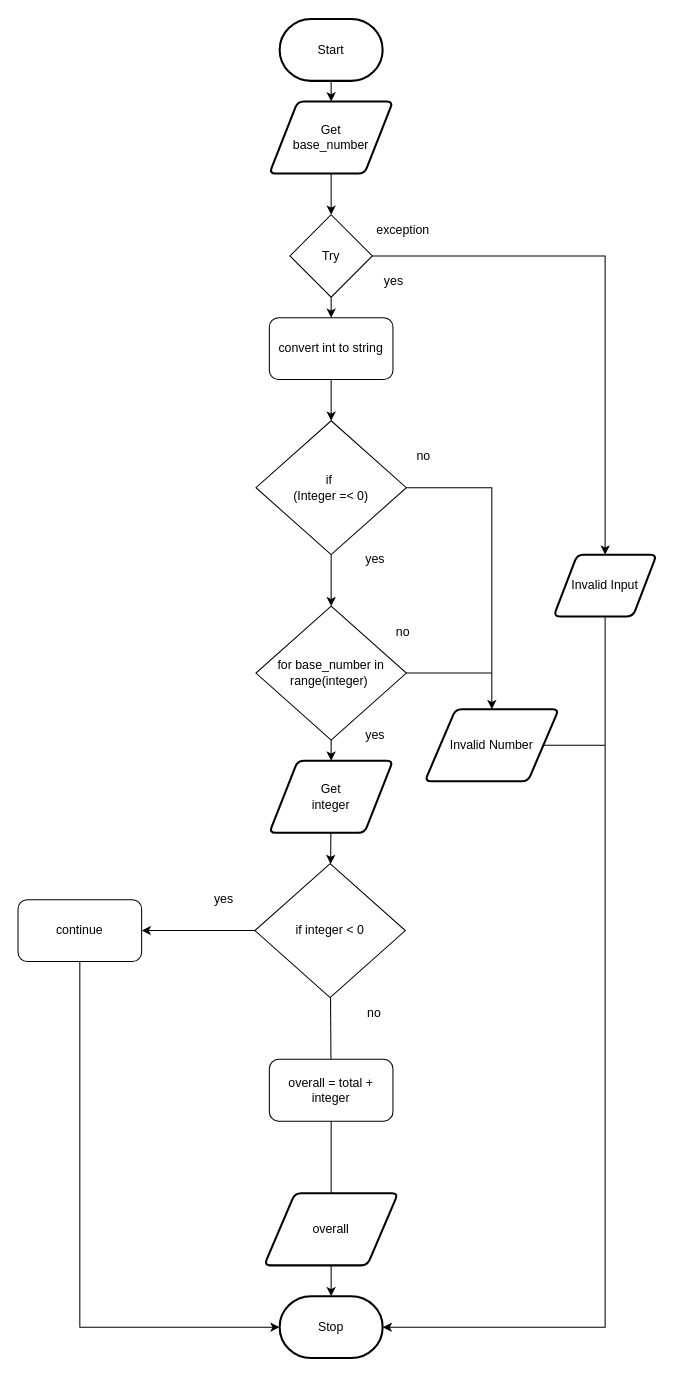
This is Drawio/FlowChart.Drawio from JacksonNaufal/ICS3U-Assignment-5-Python, a draw.io file, before an edit. Source tidied: cells renumbered, new cells numbered last; positions are measured from the earlier drawing's top-left corner, leaving out a move shared by most shapes. Both pictures are drawn from the tidied source at 103%, with x=0, y=0 at pixel (18, 19).
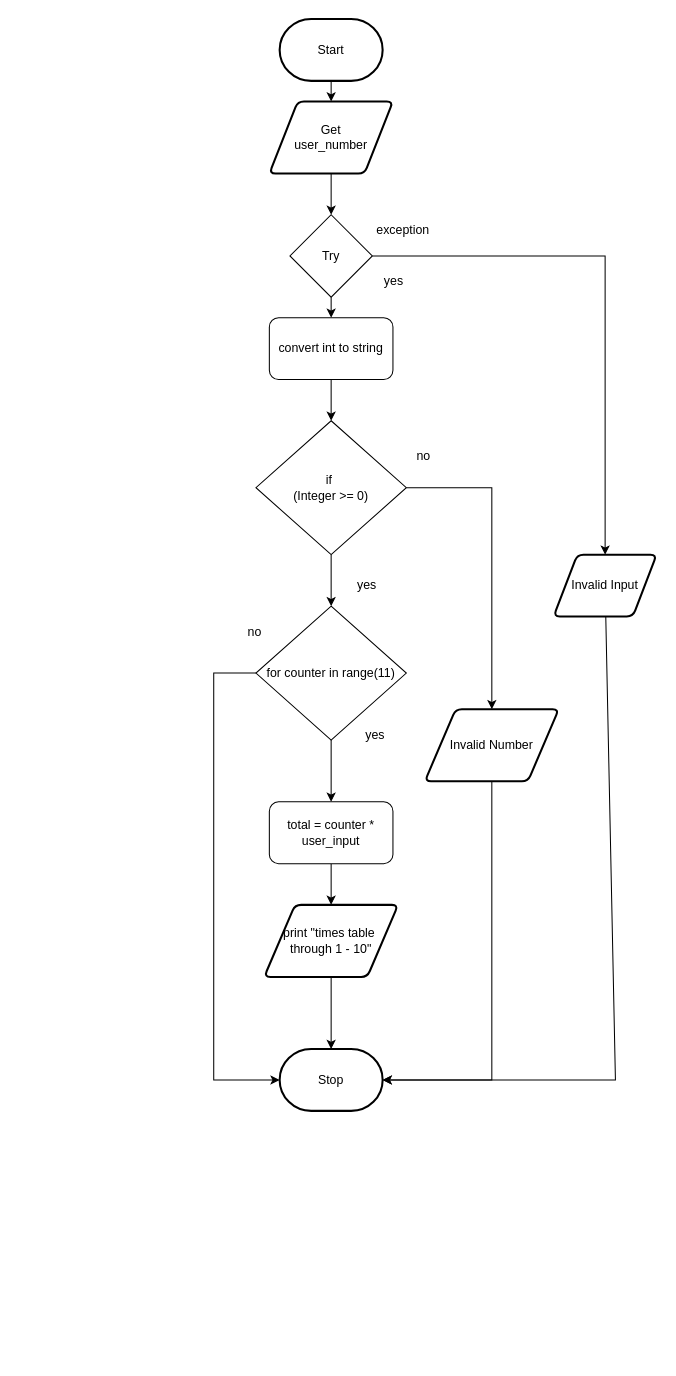
After the change.

The change refers to these unchanged cells:
```xml
<mxCell id="8" value="Invalid Input" style="shape=parallelogram;html=1;strokeWidth=2;perimeter=parallelogramPerimeter;whiteSpace=wrap;rounded=1;arcSize=12;size=0.23;" parent="1" vertex="1">
  <mxGeometry x="520" y="520" width="100" height="60" as="geometry" />
</mxCell>
<mxCell id="16" value="&lt;font style=&quot;font-size: 12px&quot;&gt;Invalid Number&lt;/font&gt;" style="shape=parallelogram;html=1;strokeWidth=2;perimeter=parallelogramPerimeter;whiteSpace=wrap;rounded=1;arcSize=12;size=0.23;" parent="1" vertex="1">
  <mxGeometry x="395" y="670" width="130" height="70" as="geometry" />
</mxCell>
```

Change to the diagram source:
```diff
@@
     <mxCell id="3" value="Stop" style="strokeWidth=2;html=1;shape=mxgraph.flowchart.terminator;whiteSpace=wrap;rounded=1;" parent="1" vertex="1">
-      <mxGeometry x="254" y="1240" width="100" height="60" as="geometry" />
+      <mxGeometry x="254" y="1000" width="100" height="60" as="geometry" />
     </mxCell>
@@
     <mxCell id="7" style="edgeStyle=none;rounded=0;html=1;entryX=1;entryY=0.5;entryDx=0;entryDy=0;entryPerimeter=0;" parent="1" edge="1" source="8" target="3">
       <mxGeometry relative="1" as="geometry">
         <Array as="points">
-          <mxPoint x="570" y="1270" />
+          <mxPoint x="580" y="1030" />
         </Array>
       </mxGeometry>
     </mxCell>
@@
-    <mxCell id="12" value="if&amp;nbsp;&lt;br&gt;(Integer =&amp;lt; 0)" style="rhombus;whiteSpace=wrap;html=1;" parent="1" vertex="1">
+    <mxCell id="12" value="if&amp;nbsp;&lt;br&gt;(Integer &amp;gt;= 0)" style="rhombus;whiteSpace=wrap;html=1;" parent="1" vertex="1">
       <mxGeometry x="231" y="390" width="146" height="130" as="geometry" />
     </mxCell>
@@
-    <mxCell id="15" style="edgeStyle=none;rounded=0;html=1;endArrow=none;endFill=0;" parent="1" edge="1" source="16">
-      <mxGeometry relative="1" as="geometry">
-        <mxPoint x="570" y="705" as="targetPoint" />
-      </mxGeometry>
-    </mxCell>
+    <mxCell id="41" style="edgeStyle=none;html=1;entryX=1;entryY=0.5;entryDx=0;entryDy=0;entryPerimeter=0;rounded=0;" parent="1" edge="1" source="16" target="3">
+      <mxGeometry relative="1" as="geometry">
+        <Array as="points">
+          <mxPoint x="460" y="1030" />
+        </Array>
+      </mxGeometry>
+    </mxCell>
@@
     <mxCell id="19" value="&lt;font style=&quot;font-size: 12px&quot;&gt;yes&lt;/font&gt;" style="text;html=1;strokeColor=none;fillColor=none;align=center;verticalAlign=middle;whiteSpace=wrap;rounded=0;fontSize=8;" parent="1" vertex="1">
-      <mxGeometry x="317" y="510" width="60" height="30" as="geometry" />
+      <mxGeometry x="309" y="535" width="60" height="30" as="geometry" />
     </mxCell>
@@
-    <mxCell id="21" value="Get&lt;br&gt;base_number" style="shape=parallelogram;html=1;strokeWidth=2;perimeter=parallelogramPerimeter;whiteSpace=wrap;rounded=1;arcSize=12;size=0.23;" parent="1" vertex="1">
+    <mxCell id="21" value="Get&lt;br&gt;user_number" style="shape=parallelogram;html=1;strokeWidth=2;perimeter=parallelogramPerimeter;whiteSpace=wrap;rounded=1;arcSize=12;size=0.23;" parent="1" vertex="1">
       <mxGeometry x="244" y="80" width="120" height="70" as="geometry" />
     </mxCell>
@@
-    <mxCell id="23" style="edgeStyle=none;rounded=0;html=1;entryX=0;entryY=0.5;entryDx=0;entryDy=0;entryPerimeter=0;fontSize=12;endArrow=classic;endFill=1;exitX=0.5;exitY=1;exitDx=0;exitDy=0;" parent="1" edge="1" source="24" target="3">
-      <mxGeometry relative="1" as="geometry">
-        <Array as="points">
-          <mxPoint x="60" y="1010" />
-          <mxPoint x="60" y="1270" />
-        </Array>
-      </mxGeometry>
-    </mxCell>
-    <mxCell id="24" value="continue" style="rounded=1;whiteSpace=wrap;html=1;" parent="1" vertex="1">
-      <mxGeometry y="855" width="120" height="60" as="geometry" />
-    </mxCell>
-    <mxCell id="25" style="edgeStyle=none;rounded=0;html=1;" parent="1" edge="1" source="27" target="29">
-      <mxGeometry relative="1" as="geometry" />
-    </mxCell>
-    <mxCell id="26" style="edgeStyle=none;rounded=0;html=1;endArrow=none;endFill=0;" parent="1" edge="1" source="27">
-      <mxGeometry relative="1" as="geometry">
-        <mxPoint x="460" y="635" as="targetPoint" />
-      </mxGeometry>
-    </mxCell>
+    <mxCell id="42" style="edgeStyle=none;html=1;" parent="1" edge="1" source="27" target="45">
+      <mxGeometry relative="1" as="geometry" />
+    </mxCell>
+    <mxCell id="43" style="edgeStyle=none;rounded=0;html=1;entryX=0;entryY=0.5;entryDx=0;entryDy=0;entryPerimeter=0;" parent="1" edge="1" source="27" target="3">
+      <mxGeometry relative="1" as="geometry">
+        <Array as="points">
+          <mxPoint x="190" y="635" />
+          <mxPoint x="190" y="1030" />
+        </Array>
+      </mxGeometry>
+    </mxCell>
-    <mxCell id="27" value="for base_number in&lt;br&gt;range(integer)&amp;nbsp;" style="rhombus;whiteSpace=wrap;html=1;" parent="1" vertex="1">
+    <mxCell id="27" value="&lt;br&gt;for counter in range(11)&lt;br&gt;&amp;nbsp;" style="rhombus;whiteSpace=wrap;html=1;" parent="1" vertex="1">
       <mxGeometry x="231" y="570" width="146" height="130" as="geometry" />
     </mxCell>
-    <mxCell id="28" style="edgeStyle=none;rounded=0;html=1;" parent="1" edge="1" source="29" target="32">
-      <mxGeometry relative="1" as="geometry" />
-    </mxCell>
-    <mxCell id="29" value="Get&lt;br&gt;integer" style="shape=parallelogram;html=1;strokeWidth=2;perimeter=parallelogramPerimeter;whiteSpace=wrap;rounded=1;arcSize=12;size=0.23;" parent="1" vertex="1">
-      <mxGeometry x="244" y="720" width="120" height="70" as="geometry" />
-    </mxCell>
-    <mxCell id="30" style="edgeStyle=none;rounded=0;html=1;" parent="1" edge="1" source="32" target="24">
-      <mxGeometry relative="1" as="geometry" />
-    </mxCell>
-    <mxCell id="31" style="edgeStyle=none;rounded=0;html=1;endArrow=none;endFill=0;" parent="1" edge="1" source="32" target="40">
-      <mxGeometry relative="1" as="geometry" />
-    </mxCell>
-    <mxCell id="32" value="if integer &amp;lt; 0" style="rhombus;whiteSpace=wrap;html=1;" parent="1" vertex="1">
-      <mxGeometry x="230" y="820" width="146" height="130" as="geometry" />
-    </mxCell>
-    <mxCell id="33" style="edgeStyle=none;rounded=0;html=1;" parent="1" edge="1" source="34" target="3">
-      <mxGeometry relative="1" as="geometry" />
-    </mxCell>
-    <mxCell id="34" value="overall" style="shape=parallelogram;html=1;strokeWidth=2;perimeter=parallelogramPerimeter;whiteSpace=wrap;rounded=1;arcSize=12;size=0.23;" parent="1" vertex="1">
-      <mxGeometry x="239" y="1140" width="130" height="70" as="geometry" />
-    </mxCell>
@@
     <mxCell id="36" value="&lt;font style=&quot;font-size: 12px&quot;&gt;no&lt;/font&gt;" style="text;html=1;strokeColor=none;fillColor=none;align=center;verticalAlign=middle;whiteSpace=wrap;rounded=0;fontSize=8;" parent="1" vertex="1">
-      <mxGeometry x="344" y="580" width="60" height="30" as="geometry" />
+      <mxGeometry x="200" y="580" width="60" height="30" as="geometry" />
     </mxCell>
-    <mxCell id="37" value="&lt;font style=&quot;font-size: 12px&quot;&gt;yes&lt;/font&gt;" style="text;html=1;strokeColor=none;fillColor=none;align=center;verticalAlign=middle;whiteSpace=wrap;rounded=0;fontSize=8;" parent="1" vertex="1">
-      <mxGeometry x="170" y="840" width="60" height="30" as="geometry" />
-    </mxCell>
-    <mxCell id="38" value="&lt;font style=&quot;font-size: 12px&quot;&gt;no&lt;/font&gt;" style="text;html=1;strokeColor=none;fillColor=none;align=center;verticalAlign=middle;whiteSpace=wrap;rounded=0;fontSize=8;" parent="1" vertex="1">
-      <mxGeometry x="316" y="950" width="60" height="30" as="geometry" />
-    </mxCell>
-    <mxCell id="39" style="edgeStyle=none;rounded=0;html=1;endArrow=none;endFill=0;" parent="1" edge="1" source="40" target="34">
-      <mxGeometry relative="1" as="geometry" />
-    </mxCell>
-    <mxCell id="40" value="overall = total + integer" style="rounded=1;whiteSpace=wrap;html=1;" parent="1" vertex="1">
-      <mxGeometry x="244" y="1010" width="120" height="60" as="geometry" />
-    </mxCell>
+    <mxCell id="44" style="edgeStyle=none;html=1;entryX=0.5;entryY=0;entryDx=0;entryDy=0;" parent="1" edge="1" source="45" target="47">
+      <mxGeometry relative="1" as="geometry" />
+    </mxCell>
+    <mxCell id="45" value="total = counter * user_input" style="rounded=1;whiteSpace=wrap;html=1;" parent="1" vertex="1">
+      <mxGeometry x="244" y="760" width="120" height="60" as="geometry" />
+    </mxCell>
+    <mxCell id="46" style="edgeStyle=none;html=1;" parent="1" edge="1" source="47" target="3">
+      <mxGeometry relative="1" as="geometry" />
+    </mxCell>
+    <mxCell id="47" value="print &quot;times table&amp;nbsp;&lt;br&gt;through 1 - 10&quot;" style="shape=parallelogram;html=1;strokeWidth=2;perimeter=parallelogramPerimeter;whiteSpace=wrap;rounded=1;arcSize=12;size=0.23;" parent="1" vertex="1">
+      <mxGeometry x="239" y="860" width="130" height="70" as="geometry" />
+    </mxCell>
```
